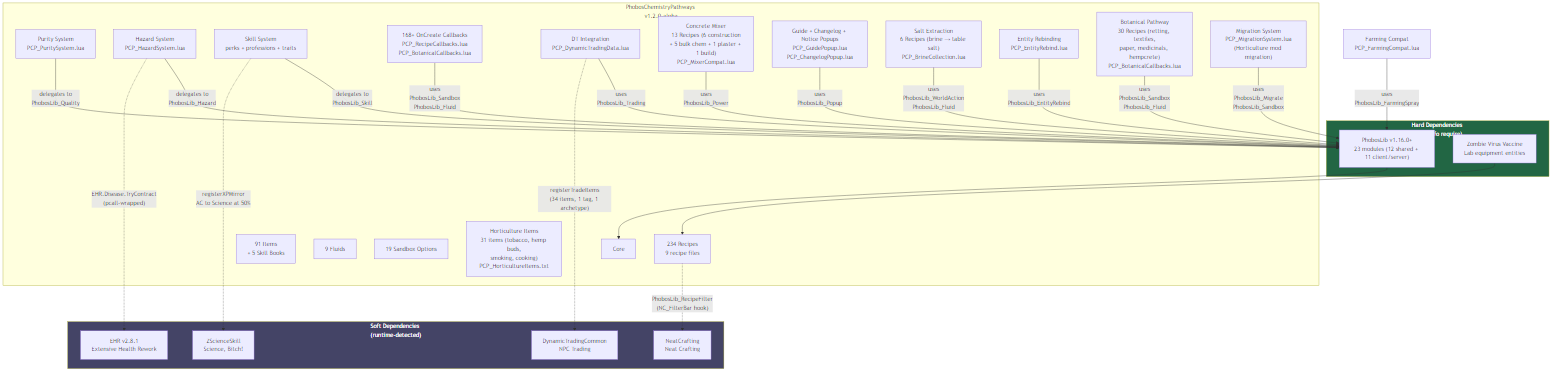
Before: docs/images/architecture.png, a diagram exported from Mermaid (phobos-dthorga/mod-pz-chemistry-pathways). Its source is kept beside it as docs/mermaid-src/architecture.mmd.
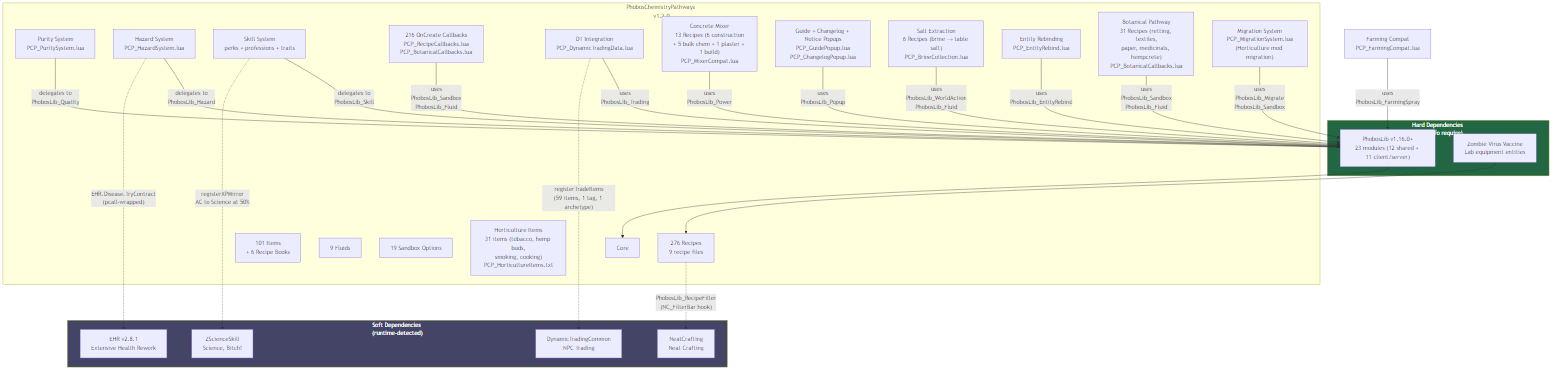
Later version of the same file.

Diff of the diagram source:
```diff
@@ -4,22 +4,22 @@
         ZR["Zombie Virus Vaccine<br/>Lab equipment entities"]
     end
 
-    subgraph PCP["PhobosChemistryPathways v1.2.0-alpha"]
+    subgraph PCP["PhobosChemistryPathways v1.2.0"]
         CORE["Core"]
-        REC["234 Recipes<br/>9 recipe files"]
-        ITEMS["91 Items<br/>+ 5 Skill Books"]
+        REC["276 Recipes<br/>9 recipe files"]
+        ITEMS["101 Items<br/>+ 6 Recipe Books"]
         FLUIDS["9 Fluids"]
         SB["19 Sandbox Options"]
         PURITY["Purity System<br/>PCP_PuritySystem.lua"]
         HAZARD["Hazard System<br/>PCP_HazardSystem.lua"]
         SKILL["Skill System<br/>perks + professions + traits"]
-        CALLBACKS["168+ OnCreate Callbacks<br/>PCP_RecipeCallbacks.lua<br/>PCP_BotanicalCallbacks.lua"]
+        CALLBACKS["216 OnCreate Callbacks<br/>PCP_RecipeCallbacks.lua<br/>PCP_BotanicalCallbacks.lua"]
         TRADING["DT Integration<br/>PCP_DynamicTradingData.lua"]
         MIXER["Concrete Mixer<br/>13 Recipes (6 construction<br/>+ 5 bulk chem + 1 plaster + 1 build)<br/>PCP_MixerCompat.lua"]
         POPUP["Guide + Changelog + Notice Popups<br/>PCP_GuidePopup.lua<br/>PCP_ChangelogPopup.lua"]
         SALT["Salt Extraction<br/>6 Recipes (brine → table salt)<br/>PCP_BrineCollection.lua"]
         REBIND["Entity Rebinding<br/>PCP_EntityRebind.lua"]
-        BOTANICAL["Botanical Pathway<br/>30 Recipes (retting, textiles,<br/>paper, medicinals, hempcrete)<br/>PCP_BotanicalCallbacks.lua"]
+        BOTANICAL["Botanical Pathway<br/>31 Recipes (retting, textiles,<br/>paper, medicinals, hempcrete)<br/>PCP_BotanicalCallbacks.lua"]
         HORT["Horticulture Items<br/>31 items (tobacco, hemp buds,<br/>smoking, cooking)<br/>PCP_HorticultureItems.txt"]
         MIGRATE["Migration System<br/>PCP_MigrationSystem.lua<br/>(Horticulture mod migration)"]
     end
@@ -50,7 +50,7 @@
 
     HAZARD -.->|"EHR.Disease.TryContract<br/>(pcall-wrapped)"| EHR
     SKILL -.->|"registerXPMirror<br/>AC to Science at 50%"| ZSS
-    TRADING -.->|"registerTradeItems<br/>(34 items, 1 tag, 1 archetype)"| DT
+    TRADING -.->|"registerTradeItems<br/>(59 items, 1 tag, 1 archetype)"| DT
     REC -.->|"PhobosLib_RecipeFilter<br/>(NC_FilterBar hook)"| NC
 
     style HARD fill:#264,color:#fff
```
